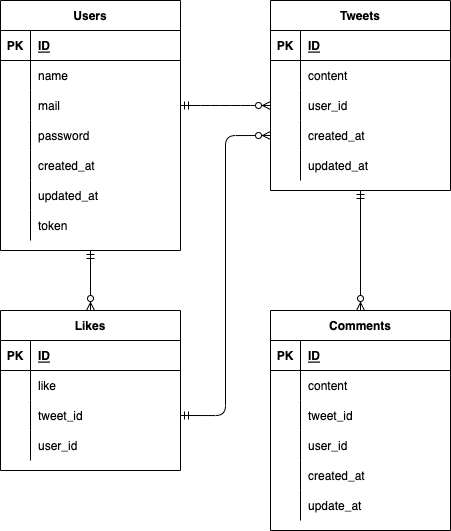
masanarimiura/Twitter-SNS-app keeps this draw.io diagram as ER.drawio.png. Above is the earlier version. Source tidied: cells renumbered, new cells last; positions are measured from the earlier drawing's top-left corner, leaving out a move shared by most shapes.
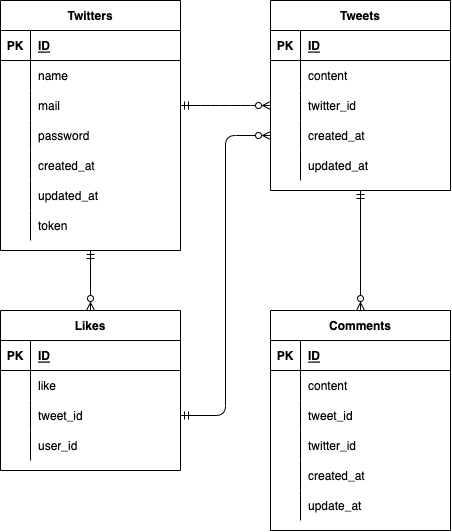
After the change.

What changed in the source:
```diff
@@ -2,7 +2,7 @@
   <root>
     <mxCell id="0" />
     <mxCell id="1" parent="0" />
-    <mxCell id="2" value="Users" style="shape=table;startSize=30;rowLines=0;fontStyle=1;align=center;" parent="1" vertex="1">
+    <mxCell id="2" value="Twitters" style="shape=table;startSize=30;rowLines=0;fontStyle=1;align=center;" parent="1" vertex="1">
       <mxGeometry width="180" height="250" as="geometry" />
     </mxCell>
     <mxCell id="3" style="shape=partialRectangle;fillColor=none;top=0;left=0;bottom=1;right=0;" parent="2" vertex="1">
@@ -95,7 +95,7 @@
     <mxCell id="32" style="shape=partialRectangle;fillColor=none;top=0;left=0;bottom=0;right=0;overflow=hidden;" parent="31" vertex="1">
       <mxGeometry width="30" height="30" as="geometry" />
     </mxCell>
-    <mxCell id="33" value="user_id" style="shape=partialRectangle;fillColor=none;top=0;left=0;bottom=0;right=0;align=left;spacingLeft=6;overflow=hidden;" parent="31" vertex="1">
+    <mxCell id="33" value="twitter_id" style="shape=partialRectangle;fillColor=none;top=0;left=0;bottom=0;right=0;align=left;spacingLeft=6;overflow=hidden;" parent="31" vertex="1">
       <mxGeometry x="30" width="150" height="30" as="geometry" />
     </mxCell>
     <mxCell id="34" style="shape=partialRectangle;fillColor=none;top=0;left=0;bottom=0;right=0;points=[[0,0.5],[1,0.5]];portConstraint=eastwest;" parent="24" vertex="1">
@@ -152,7 +152,7 @@
     <mxCell id="51" style="shape=partialRectangle;fillColor=none;top=0;left=0;bottom=0;right=0;overflow=hidden;" parent="50" vertex="1">
       <mxGeometry width="30" height="30" as="geometry" />
     </mxCell>
-    <mxCell id="52" value="user_id" style="shape=partialRectangle;fillColor=none;top=0;left=0;bottom=0;right=0;align=left;spacingLeft=6;overflow=hidden;" parent="50" vertex="1">
+    <mxCell id="52" value="twitter_id" style="shape=partialRectangle;fillColor=none;top=0;left=0;bottom=0;right=0;align=left;spacingLeft=6;overflow=hidden;" parent="50" vertex="1">
       <mxGeometry x="30" width="150" height="30" as="geometry" />
     </mxCell>
     <mxCell id="53" style="shape=partialRectangle;fillColor=none;top=0;left=0;bottom=0;right=0;" parent="40" vertex="1">
```
